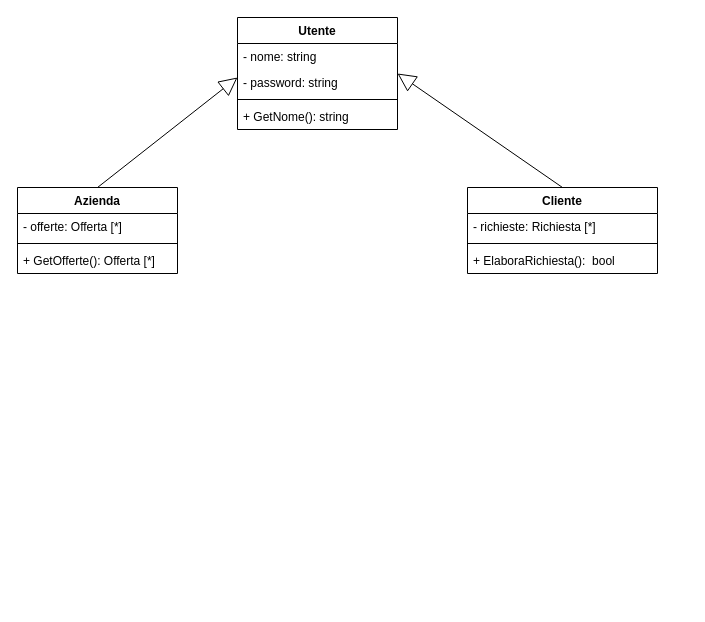
Above: agenzia-lavoro-internale-design.drawio in LorenzoFiscato/Lorenzo-Fiscato-agenzia-lavoro-internale-design (draw.io), before the change. Source tidied: cells renumbered, new cells numbered last; positions are measured from the earlier drawing's top-left corner, leaving out a move shared by most shapes. Both pictures are drawn from the tidied source at 100%, with x=0, y=0 at pixel (17, 17).
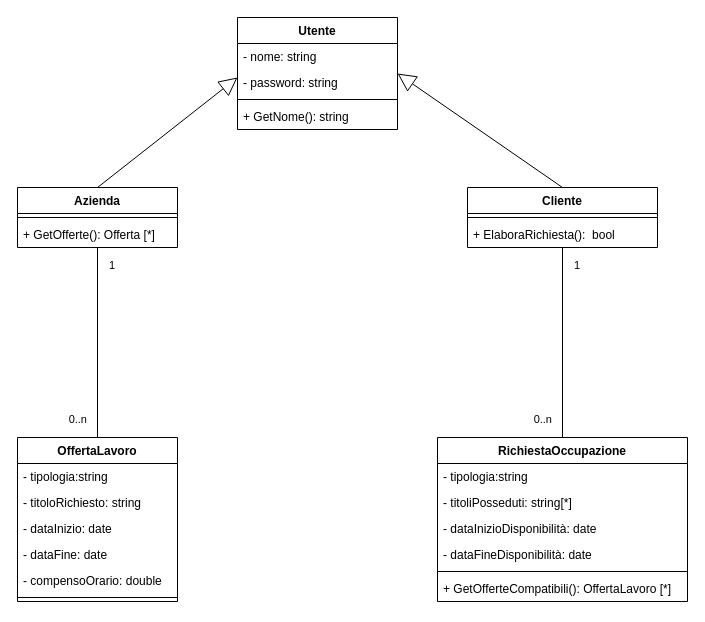
Above is the later version.

Commit message (it also covers changes not shown here):
classi OffertaLavoro e RichiestaOccupazione

Change to the diagram source:
```diff
@@
     <mxCell id="2" value="Azienda" style="swimlane;fontStyle=1;align=center;verticalAlign=top;horizontal=1;startSize=26;whiteSpace=wrap;html=1;" parent="1" vertex="1">
-      <mxGeometry y="170" width="160" height="86" as="geometry" />
+      <mxGeometry y="170" width="160" height="60" as="geometry" />
     </mxCell>
-    <mxCell id="3" value="- offerte: Offerta [*]" style="text;strokeColor=none;fillColor=none;align=left;verticalAlign=top;spacingLeft=4;spacingRight=4;overflow=hidden;whiteSpace=wrap;html=1;" parent="2" vertex="1">
-      <mxGeometry y="26" width="160" height="26" as="geometry" />
-    </mxCell>
     <mxCell id="4" style="line;strokeWidth=1;fillColor=none;align=left;verticalAlign=middle;spacingTop=-1;spacingLeft=3;spacingRight=3;labelPosition=right;strokeColor=inherit;" parent="2" vertex="1">
-      <mxGeometry y="52" width="160" height="8" as="geometry" />
+      <mxGeometry y="26" width="160" height="8" as="geometry" />
     </mxCell>
     <mxCell id="5" value="+ GetOfferte(): Offerta [*]" style="text;strokeColor=none;fillColor=none;align=left;verticalAlign=top;spacingLeft=4;spacingRight=4;overflow=hidden;whiteSpace=wrap;html=1;" parent="2" vertex="1">
-      <mxGeometry y="60" width="160" height="26" as="geometry" />
+      <mxGeometry y="34" width="160" height="26" as="geometry" />
     </mxCell>
@@
     <mxCell id="12" value="Cliente" style="swimlane;fontStyle=1;align=center;verticalAlign=top;horizontal=1;startSize=26;whiteSpace=wrap;html=1;" parent="1" vertex="1">
-      <mxGeometry x="450" y="170" width="190" height="86" as="geometry" />
+      <mxGeometry x="450" y="170" width="190" height="60" as="geometry" />
     </mxCell>
-    <mxCell id="13" value="- richieste: Richiesta [*]" style="text;strokeColor=none;fillColor=none;align=left;verticalAlign=top;spacingLeft=4;spacingRight=4;overflow=hidden;whiteSpace=wrap;html=1;" parent="12" vertex="1">
-      <mxGeometry y="26" width="190" height="26" as="geometry" />
-    </mxCell>
     <mxCell id="14" style="line;strokeWidth=1;fillColor=none;align=left;verticalAlign=middle;spacingTop=-1;spacingLeft=3;spacingRight=3;labelPosition=right;strokeColor=inherit;" parent="12" vertex="1">
-      <mxGeometry y="52" width="190" height="8" as="geometry" />
+      <mxGeometry y="26" width="190" height="8" as="geometry" />
     </mxCell>
     <mxCell id="15" value="+ ElaboraRichiesta():&amp;nbsp; bool" style="text;strokeColor=none;fillColor=none;align=left;verticalAlign=top;spacingLeft=4;spacingRight=4;overflow=hidden;whiteSpace=wrap;html=1;" parent="12" vertex="1">
-      <mxGeometry y="60" width="190" height="26" as="geometry" />
+      <mxGeometry y="34" width="190" height="26" as="geometry" />
     </mxCell>
@@
+    <mxCell id="17" value="OffertaLavoro" style="swimlane;fontStyle=1;align=center;verticalAlign=top;horizontal=1;startSize=26;whiteSpace=wrap;html=1;" parent="1" vertex="1">
+      <mxGeometry y="420" width="160" height="164" as="geometry" />
+    </mxCell>
+    <mxCell id="18" value="- tipologia:string" style="text;strokeColor=none;fillColor=none;align=left;verticalAlign=top;spacingLeft=4;spacingRight=4;overflow=hidden;whiteSpace=wrap;html=1;" parent="17" vertex="1">
+      <mxGeometry y="26" width="160" height="26" as="geometry" />
+    </mxCell>
+    <mxCell id="19" value="- titoloRichiesto: string" style="text;strokeColor=none;fillColor=none;align=left;verticalAlign=top;spacingLeft=4;spacingRight=4;overflow=hidden;whiteSpace=wrap;html=1;" parent="17" vertex="1">
+      <mxGeometry y="52" width="160" height="26" as="geometry" />
+    </mxCell>
+    <mxCell id="20" value="- dataInizio: date" style="text;strokeColor=none;fillColor=none;align=left;verticalAlign=top;spacingLeft=4;spacingRight=4;overflow=hidden;whiteSpace=wrap;html=1;" parent="17" vertex="1">
+      <mxGeometry y="78" width="160" height="26" as="geometry" />
+    </mxCell>
+    <mxCell id="21" value="- dataFine: date" style="text;strokeColor=none;fillColor=none;align=left;verticalAlign=top;spacingLeft=4;spacingRight=4;overflow=hidden;whiteSpace=wrap;html=1;" parent="17" vertex="1">
+      <mxGeometry y="104" width="160" height="26" as="geometry" />
+    </mxCell>
+    <mxCell id="22" value="- compensoOrario: double" style="text;strokeColor=none;fillColor=none;align=left;verticalAlign=top;spacingLeft=4;spacingRight=4;overflow=hidden;whiteSpace=wrap;html=1;" parent="17" vertex="1">
+      <mxGeometry y="130" width="160" height="26" as="geometry" />
+    </mxCell>
+    <mxCell id="23" style="line;strokeWidth=1;fillColor=none;align=left;verticalAlign=middle;spacingTop=-1;spacingLeft=3;spacingRight=3;labelPosition=right;strokeColor=inherit;" parent="17" vertex="1">
+      <mxGeometry y="156" width="160" height="8" as="geometry" />
+    </mxCell>
+    <mxCell id="24" style="endArrow=none;html=1;edgeStyle=orthogonalEdgeStyle;rounded=0;exitX=0.5;exitY=1;exitDx=0;exitDy=0;entryX=0.5;entryY=0;entryDx=0;entryDy=0;" parent="1" edge="1" source="2" target="17">
+      <mxGeometry relative="1" as="geometry" />
+    </mxCell>
+    <mxCell id="25" value="1" style="edgeLabel;html=1;align=left;verticalAlign=bottom;" parent="24" vertex="1">
+      <mxGeometry x="-1" relative="1" as="geometry">
+        <mxPoint x="10" y="26" as="offset" />
+      </mxGeometry>
+    </mxCell>
+    <mxCell id="26" value="0..n" style="edgeLabel;html=1;align=right;verticalAlign=bottom;" parent="24" vertex="1">
+      <mxGeometry x="1" relative="1" as="geometry">
+        <mxPoint x="-10" y="-10" as="offset" />
+      </mxGeometry>
+    </mxCell>
+    <mxCell id="27" value="RichiestaOccupazione" style="swimlane;fontStyle=1;align=center;verticalAlign=top;horizontal=1;startSize=26;whiteSpace=wrap;html=1;" parent="1" vertex="1">
+      <mxGeometry x="420" y="420" width="250" height="164" as="geometry" />
+    </mxCell>
+    <mxCell id="28" value="- tipologia:string" style="text;strokeColor=none;fillColor=none;align=left;verticalAlign=top;spacingLeft=4;spacingRight=4;overflow=hidden;whiteSpace=wrap;html=1;" parent="27" vertex="1">
+      <mxGeometry y="26" width="250" height="26" as="geometry" />
+    </mxCell>
+    <mxCell id="29" value="- titoliPosseduti: string[*]" style="text;strokeColor=none;fillColor=none;align=left;verticalAlign=top;spacingLeft=4;spacingRight=4;overflow=hidden;whiteSpace=wrap;html=1;" parent="27" vertex="1">
+      <mxGeometry y="52" width="250" height="26" as="geometry" />
+    </mxCell>
+    <mxCell id="30" value="- dataInizioDisponibilità: date" style="text;strokeColor=none;fillColor=none;align=left;verticalAlign=top;spacingLeft=4;spacingRight=4;overflow=hidden;whiteSpace=wrap;html=1;" parent="27" vertex="1">
+      <mxGeometry y="78" width="250" height="26" as="geometry" />
+    </mxCell>
+    <mxCell id="31" value="- dataFineDisponibilità: date" style="text;strokeColor=none;fillColor=none;align=left;verticalAlign=top;spacingLeft=4;spacingRight=4;overflow=hidden;whiteSpace=wrap;html=1;" parent="27" vertex="1">
+      <mxGeometry y="104" width="250" height="26" as="geometry" />
+    </mxCell>
+    <mxCell id="32" style="line;strokeWidth=1;fillColor=none;align=left;verticalAlign=middle;spacingTop=-1;spacingLeft=3;spacingRight=3;labelPosition=right;strokeColor=inherit;" parent="27" vertex="1">
+      <mxGeometry y="130" width="250" height="8" as="geometry" />
+    </mxCell>
+    <mxCell id="33" value="+ GetOfferteCompatibili(): OffertaLavoro [*]" style="text;strokeColor=none;fillColor=none;align=left;verticalAlign=top;spacingLeft=4;spacingRight=4;overflow=hidden;whiteSpace=wrap;html=1;" parent="27" vertex="1">
+      <mxGeometry y="138" width="250" height="26" as="geometry" />
+    </mxCell>
+    <mxCell id="34" style="endArrow=none;html=1;edgeStyle=orthogonalEdgeStyle;rounded=0;exitX=0.5;exitY=1;exitDx=0;exitDy=0;entryX=0.5;entryY=0;entryDx=0;entryDy=0;" parent="1" edge="1" source="12" target="27">
+      <mxGeometry x="0.74" relative="1" as="geometry" />
+    </mxCell>
+    <mxCell id="35" value="1" style="edgeLabel;html=1;align=left;verticalAlign=bottom;" parent="34" vertex="1">
+      <mxGeometry x="-1" relative="1" as="geometry">
+        <mxPoint x="10" y="26" as="offset" />
+      </mxGeometry>
+    </mxCell>
+    <mxCell id="36" value="0..n" style="edgeLabel;html=1;align=right;verticalAlign=bottom;" parent="34" vertex="1">
+      <mxGeometry x="1" relative="1" as="geometry">
+        <mxPoint x="-10" y="-10" as="offset" />
+      </mxGeometry>
+    </mxCell>
```
